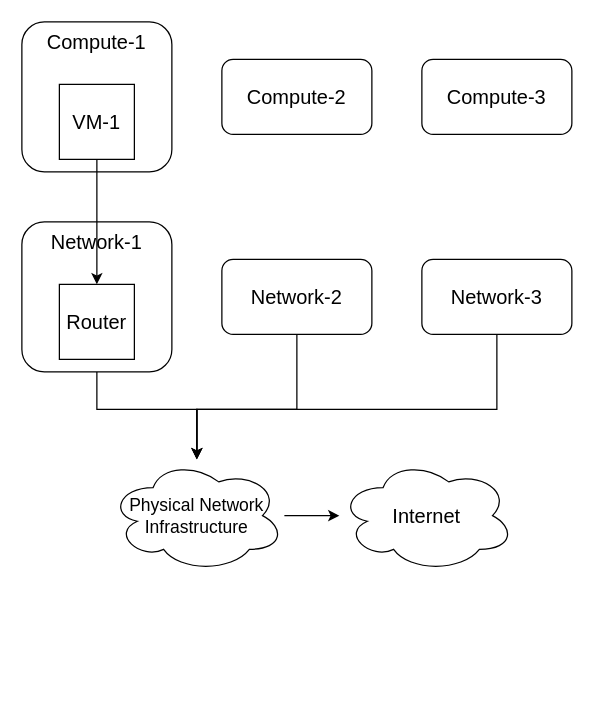
wangkuntian/draw keeps this draw.io diagram as page "基本结构" (4 of 6) of openstack.drawio. Above is the earlier version. Source tidied: cells renumbered, new cells numbered last; positions are measured from the earlier drawing's top-left corner, leaving out a move shared by most shapes. Both pictures are drawn from the tidied source at 125%, with x=0, y=0 at pixel (21, 21).
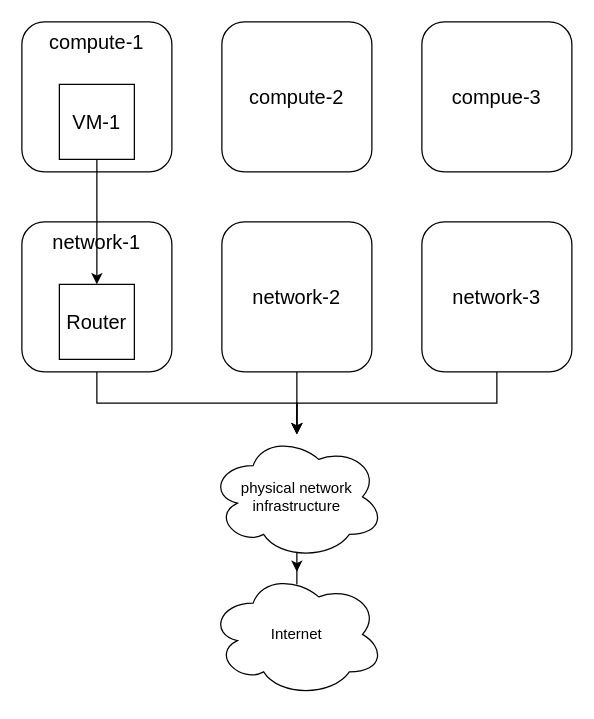
Above is the later version.

The edit, as a diff of the source:
```diff
@@
-    <mxCell id="2" value="Compute-1" style="rounded=1;whiteSpace=wrap;html=1;hachureGap=4;fontFamily=Helvetica;fontSize=16;verticalAlign=top;" parent="1" vertex="1">
-      <mxGeometry width="120" height="120" as="geometry" />
-    </mxCell>
-    <mxCell id="3" value="Compute-2" style="rounded=1;whiteSpace=wrap;html=1;hachureGap=4;fontFamily=Helvetica;fontSize=16;verticalAlign=middle;" parent="1" vertex="1">
-      <mxGeometry x="160" y="30" width="120" height="60" as="geometry" />
-    </mxCell>
-    <mxCell id="4" style="edgeStyle=orthogonalEdgeStyle;rounded=0;jettySize=auto;html=1;exitX=0.5;exitY=1;exitDx=0;exitDy=0;" parent="1" edge="1" source="5" target="14">
-      <mxGeometry relative="1" as="geometry">
-        <Array as="points">
-          <mxPoint x="60" y="310" />
-          <mxPoint x="140" y="310" />
-        </Array>
-      </mxGeometry>
-    </mxCell>
-    <mxCell id="5" value="Network-1" style="rounded=1;whiteSpace=wrap;html=1;hachureGap=4;fontFamily=Helvetica;fontSize=16;verticalAlign=top;" parent="1" vertex="1">
-      <mxGeometry y="160" width="120" height="120" as="geometry" />
-    </mxCell>
-    <mxCell id="6" style="edgeStyle=orthogonalEdgeStyle;rounded=0;jettySize=auto;html=1;exitX=0.5;exitY=1;exitDx=0;exitDy=0;" parent="1" edge="1" source="7" target="14">
-      <mxGeometry relative="1" as="geometry">
-        <Array as="points">
-          <mxPoint x="220" y="310" />
-          <mxPoint x="140" y="310" />
-        </Array>
-      </mxGeometry>
-    </mxCell>
-    <mxCell id="7" value="Network-2" style="rounded=1;whiteSpace=wrap;html=1;hachureGap=4;fontFamily=Helvetica;fontSize=16;verticalAlign=middle;" parent="1" vertex="1">
-      <mxGeometry x="160" y="190" width="120" height="60" as="geometry" />
-    </mxCell>
-    <mxCell id="8" style="edgeStyle=orthogonalEdgeStyle;rounded=0;jettySize=auto;html=1;exitX=0.5;exitY=1;exitDx=0;exitDy=0;" parent="1" edge="1" source="9" target="14">
-      <mxGeometry relative="1" as="geometry">
-        <Array as="points">
-          <mxPoint x="380" y="310" />
-          <mxPoint x="140" y="310" />
-        </Array>
-      </mxGeometry>
-    </mxCell>
-    <mxCell id="9" value="Network-3" style="rounded=1;whiteSpace=wrap;html=1;hachureGap=4;fontFamily=Helvetica;fontSize=16;verticalAlign=middle;" parent="1" vertex="1">
-      <mxGeometry x="320" y="190" width="120" height="60" as="geometry" />
-    </mxCell>
+    <mxCell id="17" value="compute-1" style="rounded=1;whiteSpace=wrap;html=1;hachureGap=4;fontFamily=Helvetica;fontSize=16;verticalAlign=top;" parent="1" vertex="1">
+      <mxGeometry width="120" height="120" as="geometry" />
+    </mxCell>
+    <mxCell id="18" value="compute-2" style="rounded=1;whiteSpace=wrap;html=1;hachureGap=4;fontFamily=Helvetica;fontSize=16;verticalAlign=middle;" parent="1" vertex="1">
+      <mxGeometry x="160" width="120" height="120" as="geometry" />
+    </mxCell>
+    <mxCell id="19" value="compue-3" style="rounded=1;whiteSpace=wrap;html=1;hachureGap=4;fontFamily=Helvetica;fontSize=16;verticalAlign=middle;" parent="1" vertex="1">
+      <mxGeometry x="320" width="120" height="120" as="geometry" />
+    </mxCell>
+    <mxCell id="20" style="edgeStyle=orthogonalEdgeStyle;rounded=0;jettySize=auto;html=1;exitX=0.5;exitY=1;exitDx=0;exitDy=0;" parent="1" edge="1" source="21" target="27">
+      <mxGeometry relative="1" as="geometry" />
+    </mxCell>
+    <mxCell id="21" value="network-1" style="rounded=1;whiteSpace=wrap;html=1;hachureGap=4;fontFamily=Helvetica;fontSize=16;verticalAlign=top;" parent="1" vertex="1">
+      <mxGeometry y="160" width="120" height="120" as="geometry" />
+    </mxCell>
+    <mxCell id="22" style="edgeStyle=orthogonalEdgeStyle;rounded=0;jettySize=auto;html=1;exitX=0.5;exitY=1;exitDx=0;exitDy=0;" parent="1" edge="1" source="23" target="27">
+      <mxGeometry relative="1" as="geometry" />
+    </mxCell>
+    <mxCell id="23" value="network-2" style="rounded=1;whiteSpace=wrap;html=1;hachureGap=4;fontFamily=Helvetica;fontSize=16;verticalAlign=middle;" parent="1" vertex="1">
+      <mxGeometry x="160" y="160" width="120" height="120" as="geometry" />
+    </mxCell>
+    <mxCell id="24" style="edgeStyle=orthogonalEdgeStyle;rounded=0;jettySize=auto;html=1;exitX=0.5;exitY=1;exitDx=0;exitDy=0;" parent="1" edge="1" source="25" target="27">
+      <mxGeometry relative="1" as="geometry" />
+    </mxCell>
+    <mxCell id="25" value="network-3" style="rounded=1;whiteSpace=wrap;html=1;hachureGap=4;fontFamily=Helvetica;fontSize=16;verticalAlign=middle;" parent="1" vertex="1">
+      <mxGeometry x="320" y="160" width="120" height="120" as="geometry" />
+    </mxCell>
@@
-    <mxCell id="13" style="edgeStyle=orthogonalEdgeStyle;rounded=0;jettySize=auto;html=1;" parent="1" edge="1" source="14" target="15">
-      <mxGeometry relative="1" as="geometry" />
-    </mxCell>
-    <mxCell id="14" value="Physical Network Infrastructure" style="ellipse;shape=cloud;whiteSpace=wrap;html=1;fontSize=14;" parent="1" vertex="1">
-      <mxGeometry x="70" y="350" width="140" height="90" as="geometry" />
-    </mxCell>
+    <mxCell id="26" style="edgeStyle=orthogonalEdgeStyle;rounded=0;jettySize=auto;html=1;" parent="1" edge="1" source="27" target="15">
+      <mxGeometry relative="1" as="geometry" />
+    </mxCell>
+    <mxCell id="27" value="physical network infrastructure" style="ellipse;shape=cloud;whiteSpace=wrap;html=1;" parent="1" vertex="1">
+      <mxGeometry x="150" y="330" width="140" height="100" as="geometry" />
+    </mxCell>
-    <mxCell id="15" value="Internet" style="ellipse;shape=cloud;whiteSpace=wrap;html=1;fontSize=16;" parent="1" vertex="1">
-      <mxGeometry x="254" y="350" width="140" height="90" as="geometry" />
+    <mxCell id="15" value="Internet" style="ellipse;shape=cloud;whiteSpace=wrap;html=1;" parent="1" vertex="1">
+      <mxGeometry x="150" y="440" width="140" height="100" as="geometry" />
     </mxCell>
-    <mxCell id="16" value="Compute-3" style="rounded=1;whiteSpace=wrap;html=1;hachureGap=4;fontFamily=Helvetica;fontSize=16;verticalAlign=middle;" parent="1" vertex="1">
-      <mxGeometry x="320" y="30" width="120" height="60" as="geometry" />
-    </mxCell>
```
